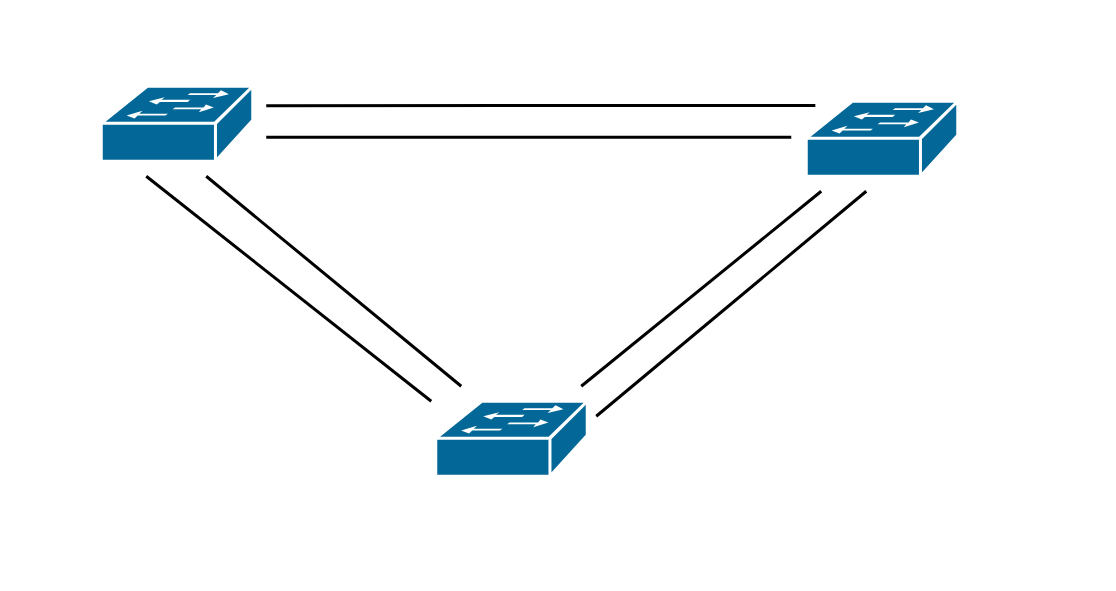
Earlier version of the draw.io diagram lab2.drawio (fueller-max/drawio). Source tidied: cells renumbered, new cells numbered last; positions are measured from the earlier drawing's top-left corner, leaving out a move shared by most shapes. Both pictures are drawn from the tidied source at 150%, with x=0, y=0 at pixel (100, 86).
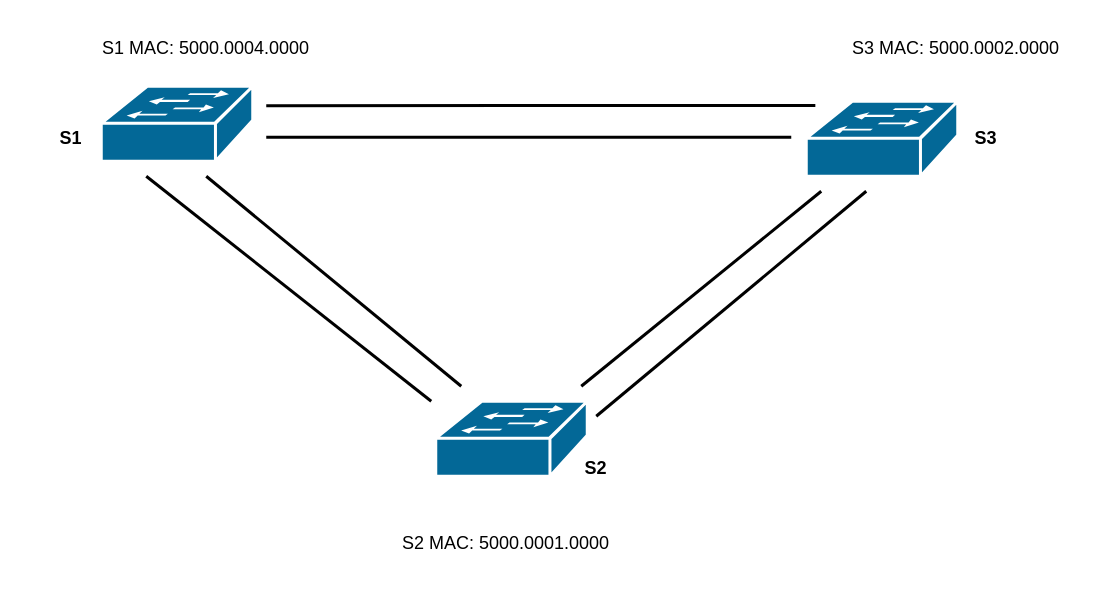
The same diagram, later.

The edit, as a diff of the source:
```diff
@@
+    <mxCell id="11" value="S2 MAC: 5000.0001.0000" style="text;html=1;align=center;verticalAlign=middle;whiteSpace=wrap;rounded=0;strokeWidth=2;" parent="1" vertex="1">
+      <mxGeometry x="180" y="290" width="180" height="30" as="geometry" />
+    </mxCell>
+    <mxCell id="12" value="S1 MAC: 5000.0004.0000" style="text;html=1;align=center;verticalAlign=middle;whiteSpace=wrap;rounded=0;strokeWidth=2;" parent="1" vertex="1">
+      <mxGeometry x="-20" y="-40" width="180" height="30" as="geometry" />
+    </mxCell>
+    <mxCell id="13" value="S3 MAC: 5000.0002.0000" style="text;html=1;align=center;verticalAlign=middle;whiteSpace=wrap;rounded=0;strokeWidth=2;" parent="1" vertex="1">
+      <mxGeometry x="480" y="-40" width="180" height="30" as="geometry" />
+    </mxCell>
+    <mxCell id="14" value="S1" style="text;html=1;align=center;verticalAlign=middle;whiteSpace=wrap;rounded=0;fontStyle=1;" parent="1" vertex="1">
+      <mxGeometry x="-50" y="20" width="60" height="30" as="geometry" />
+    </mxCell>
+    <mxCell id="15" value="S2" style="text;html=1;align=center;verticalAlign=middle;whiteSpace=wrap;rounded=0;fontStyle=1;" parent="1" vertex="1">
+      <mxGeometry x="300" y="240" width="60" height="30" as="geometry" />
+    </mxCell>
+    <mxCell id="16" value="S3" style="text;html=1;align=center;verticalAlign=middle;whiteSpace=wrap;rounded=0;fontStyle=1;" parent="1" vertex="1">
+      <mxGeometry x="560" y="20" width="60" height="30" as="geometry" />
+    </mxCell>
```
